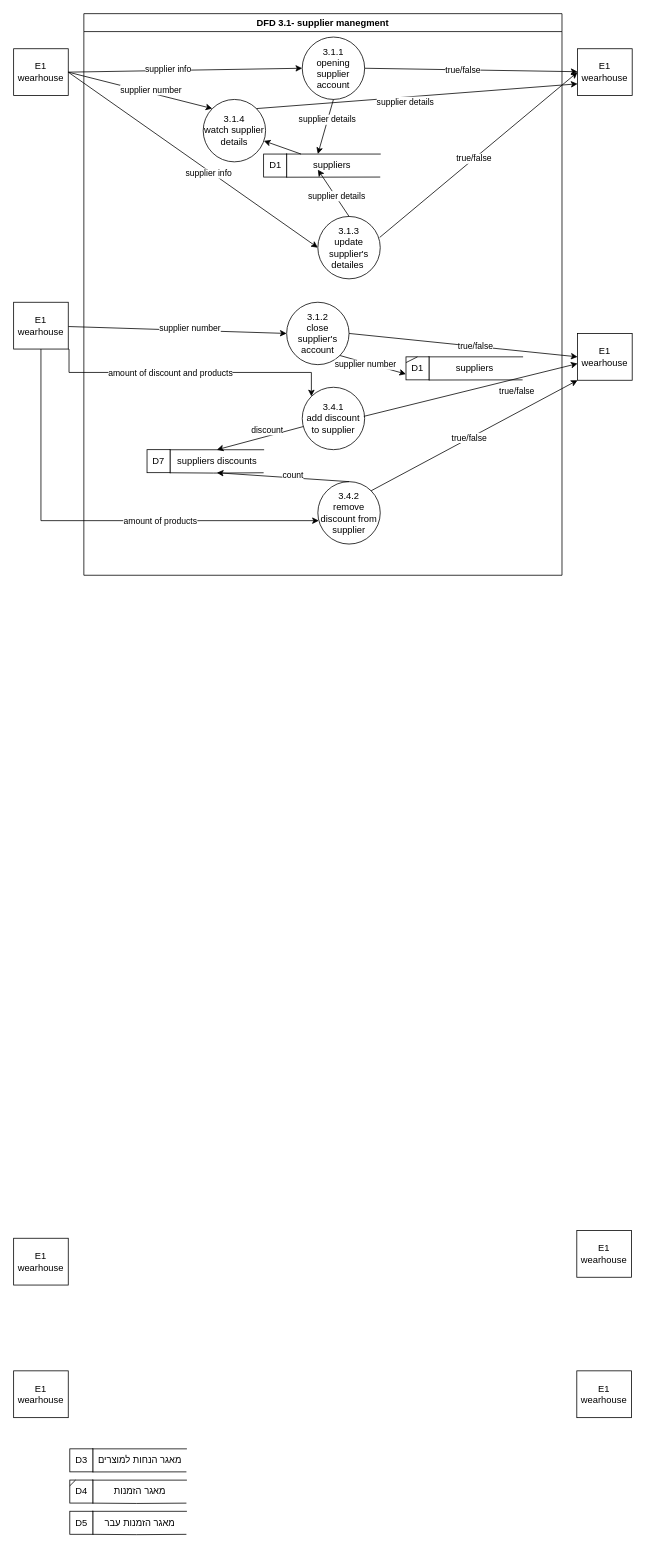
This is page "dfd3.1" (2 of 3) of docs/DFD3_Supplier.drawio from Naveavra/Market, a draw.io file, before an edit. Source tidied: cells renumbered, new cells numbered last; positions are measured from the earlier drawing's top-left corner, leaving out a move shared by most shapes. Both pictures are drawn from the tidied source at 78%, with x=0, y=0 at pixel (13, 13).
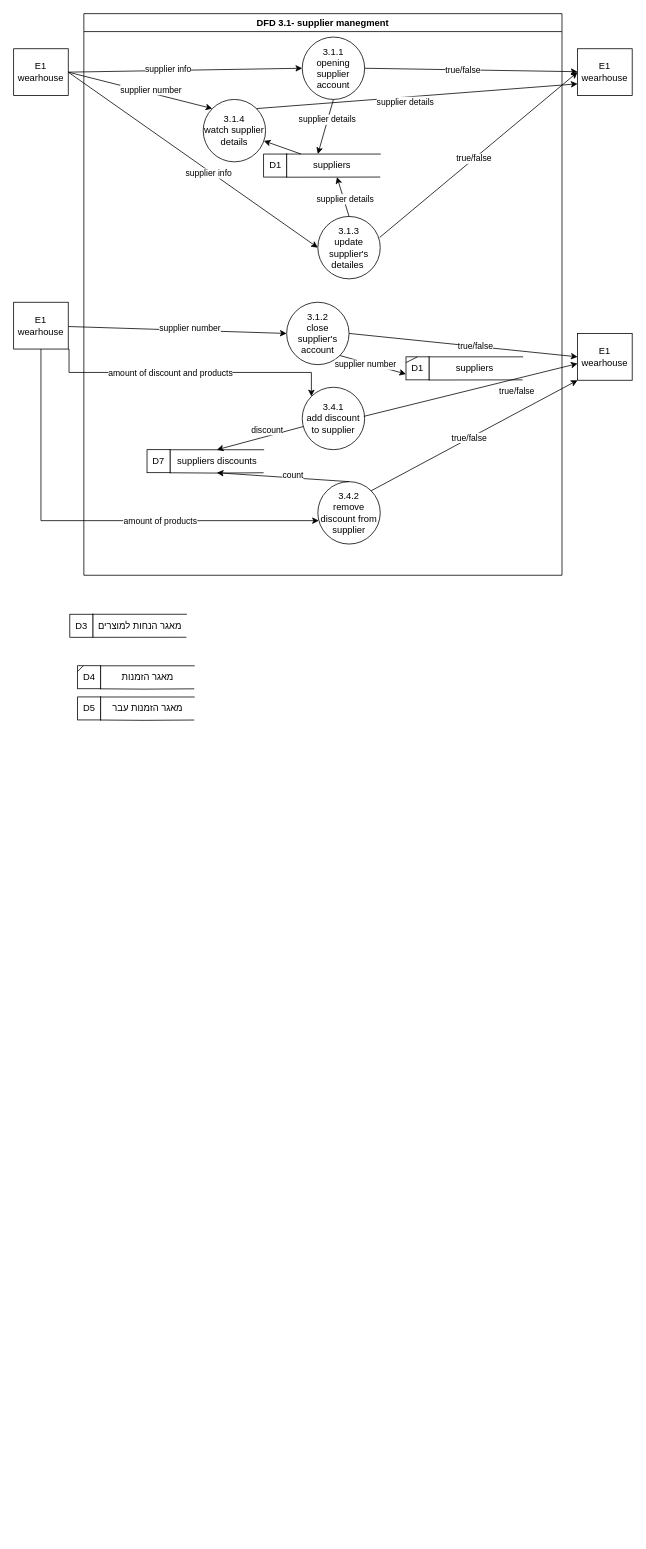
Above is the later version.

Unchanged cells that the change refers to:
```xml
<mxCell id="4" value="DFD 3.1- supplier manegment" style="swimlane;" parent="1" vertex="1">
  <mxGeometry x="90" width="613" height="720" as="geometry" />
</mxCell>
<mxCell id="6" value="suppliers&amp;nbsp;" style="shape=partialRectangle;whiteSpace=wrap;html=1;bottom=0;right=0;fillColor=none;" parent="4" vertex="1">
  <mxGeometry x="260" y="180" width="120" height="29.5" as="geometry" />
</mxCell>
<mxCell id="12" value="3.1.3 &lt;br&gt;update supplier's detailes&amp;nbsp;" style="ellipse;whiteSpace=wrap;html=1;" parent="4" vertex="1">
  <mxGeometry x="300" y="260" width="80" height="80" as="geometry" />
</mxCell>
```

Diff of the diagram source:
```diff
@@
-    <mxCell id="2" style="endArrow=classic;html=1;rounded=0;exitX=0.5;exitY=0;exitDx=0;exitDy=0;" parent="1" edge="1" source="12">
-      <mxGeometry relative="1" as="geometry">
-        <mxPoint x="390" y="200" as="targetPoint" />
-      </mxGeometry>
-    </mxCell>
-    <mxCell id="3" value="supplier details" style="edgeLabel;html=1;align=center;verticalAlign=middle;" parent="2" vertex="1">
-      <mxGeometry x="-0.13" y="-1" relative="1" as="geometry" />
-    </mxCell>
@@
+    <mxCell id="2" style="endArrow=classic;html=1;rounded=0;exitX=0.5;exitY=0;exitDx=0;exitDy=0;" parent="4" edge="1" source="12" target="6">
+      <mxGeometry relative="1" as="geometry" />
+    </mxCell>
+    <mxCell id="3" value="supplier details" style="edgeLabel;html=1;align=center;verticalAlign=middle;" parent="2" vertex="1">
+      <mxGeometry x="-0.13" y="-1" relative="1" as="geometry" />
+    </mxCell>
@@
     <mxCell id="45" style="group;" parent="1" vertex="1">
-      <mxGeometry x="72" y="1920" width="149.5" height="29.6" as="geometry" />
+      <mxGeometry x="82" y="876" width="149.5" height="29.6" as="geometry" />
     </mxCell>
@@
     <mxCell id="49" style="group;" parent="1" vertex="1">
-      <mxGeometry x="72" y="1880" width="149.5" height="29.6" as="geometry" />
+      <mxGeometry x="82" y="836" width="149.5" height="29.6" as="geometry" />
     </mxCell>
@@
     <mxCell id="54" style="group;" parent="1" vertex="1">
-      <mxGeometry x="72" y="1840" width="149.5" height="29.6" as="geometry" />
+      <mxGeometry x="72" y="770" width="149.5" height="29.6" as="geometry" />
     </mxCell>
@@
-    <mxCell id="64" value="E1&lt;br&gt;wearhouse" style="rounded=0;whiteSpace=wrap;html=1;" parent="1" vertex="1">
-      <mxGeometry y="1570" width="70" height="60" as="geometry" />
-    </mxCell>
-    <mxCell id="65" value="E1&lt;br&gt;wearhouse" style="rounded=0;whiteSpace=wrap;html=1;" parent="1" vertex="1">
-      <mxGeometry x="722" y="1560" width="70" height="60" as="geometry" />
-    </mxCell>
-    <mxCell id="66" value="E1&lt;br&gt;wearhouse" style="rounded=0;whiteSpace=wrap;html=1;" parent="1" vertex="1">
-      <mxGeometry y="1740" width="70" height="60" as="geometry" />
-    </mxCell>
-    <mxCell id="67" value="E1&lt;br&gt;wearhouse" style="rounded=0;whiteSpace=wrap;html=1;" parent="1" vertex="1">
-      <mxGeometry x="722" y="1740" width="70" height="60" as="geometry" />
-    </mxCell>
```
